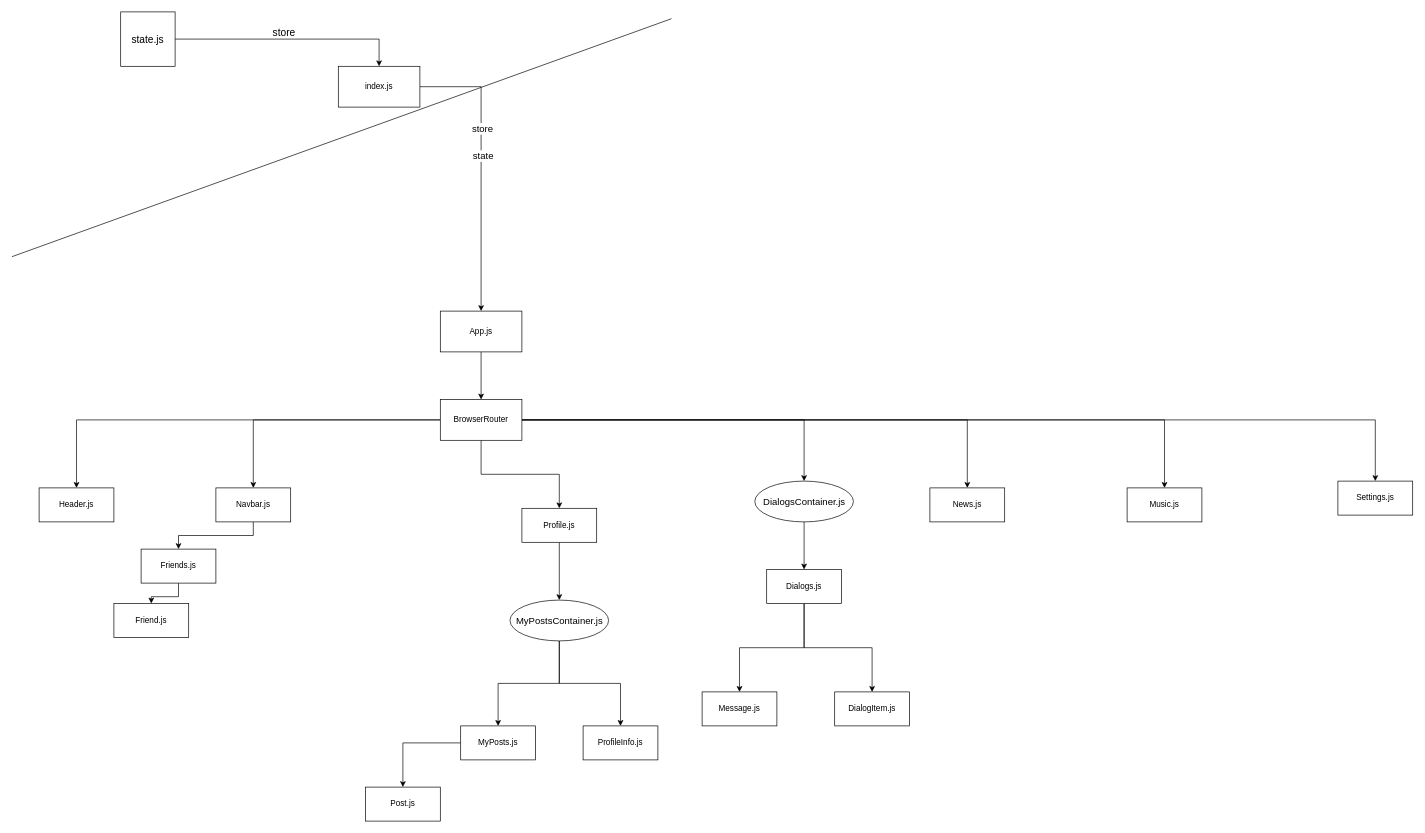
This is Social-Network.drawio from Lonerr7/Youtube-React-Social-Network, a draw.io file, before an edit. Source tidied: cells renumbered, new cells numbered last; positions are measured from the earlier drawing's top-left corner, leaving out a move shared by most shapes. Both pictures are drawn from the tidied source at 68%, with x=0, y=0 at pixel (12, 12).
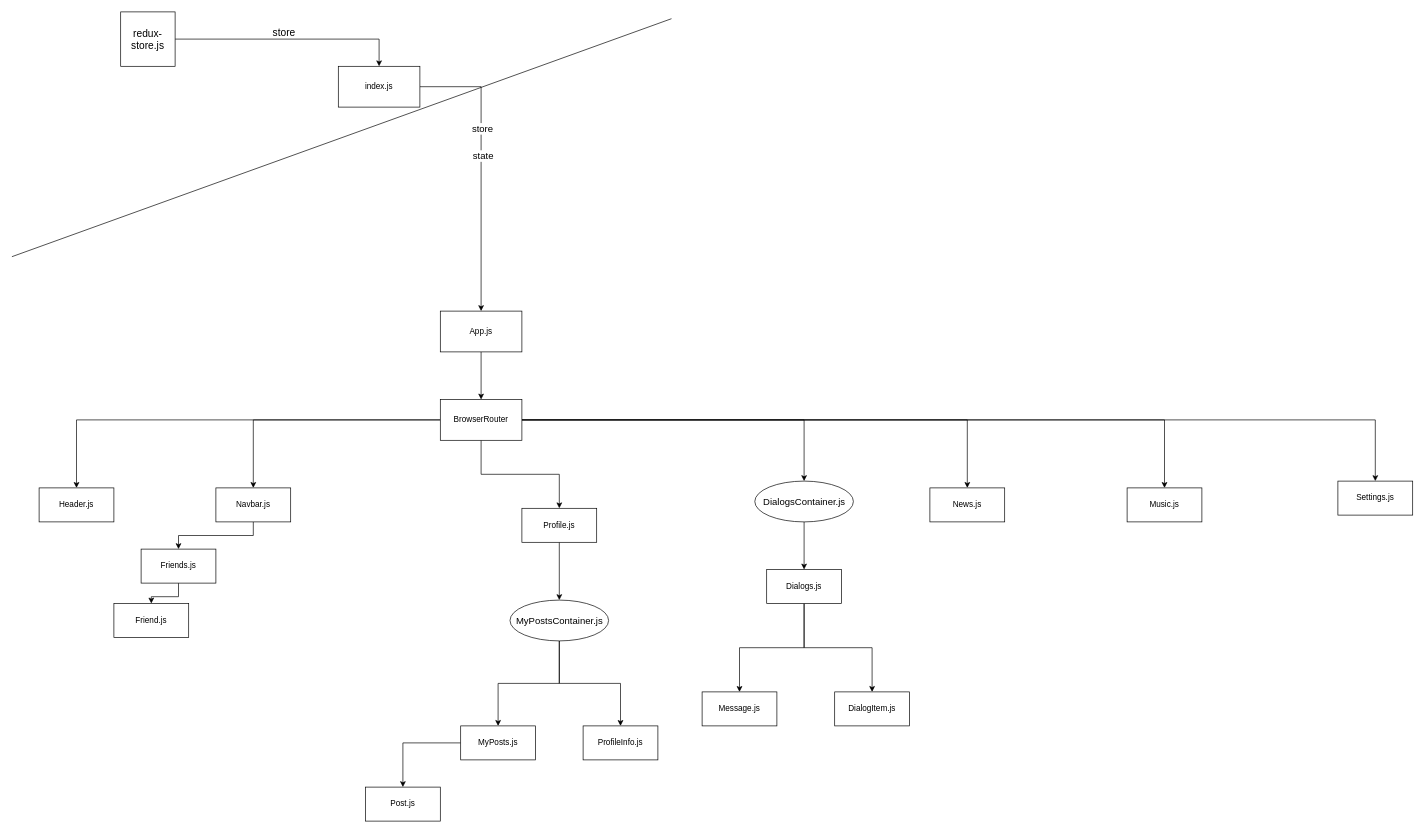
The same page after the edit.

Commit message (it also covers changes not shown here):
Lesson 48. Refactored profileReducer and dialogsReducer to make a good copy of the state objects

Change to the diagram source:
```diff
@@
-    <mxCell id="38" value="state.js" style="whiteSpace=wrap;html=1;fontSize=15;" parent="1" vertex="1">
+    <mxCell id="38" value="redux-store.js" style="whiteSpace=wrap;html=1;fontSize=15;" parent="1" vertex="1">
       <mxGeometry x="160" width="80" height="80" as="geometry" />
     </mxCell>
```
